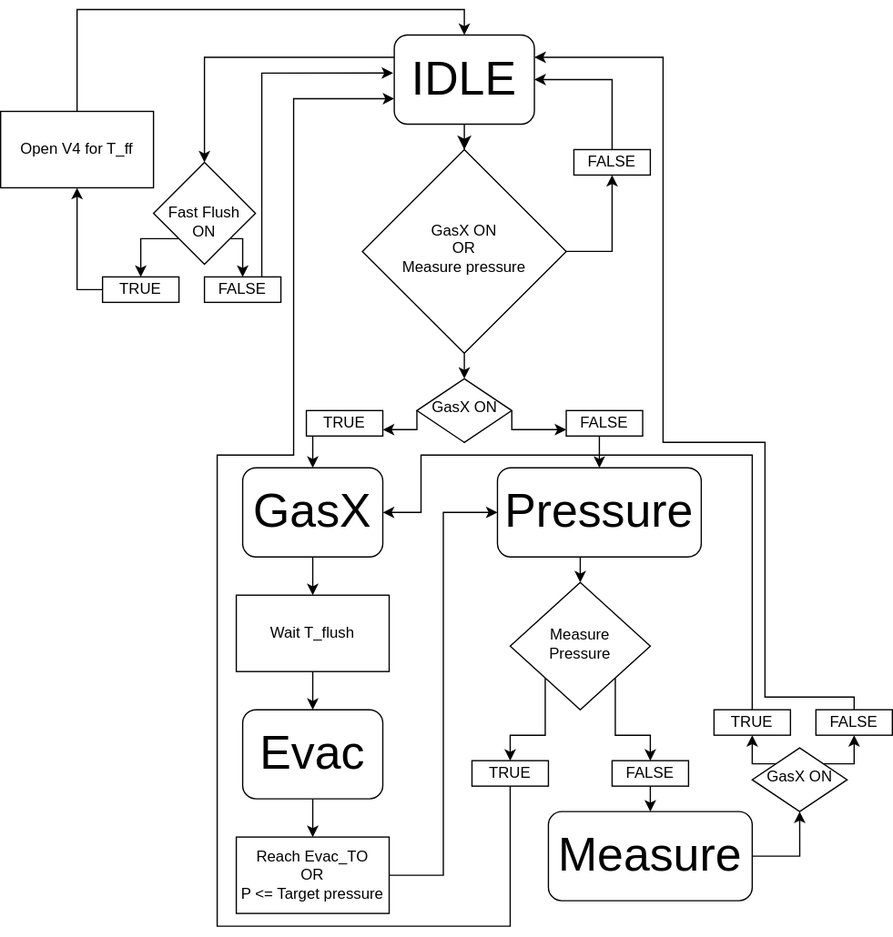
Before: flow_chart.svg, a diagram exported from draw.io (lampnis/vi-things). Source tidied: cells renumbered, new cells last; positions are measured from the earlier drawing's top-left corner, leaving out a move shared by most shapes.
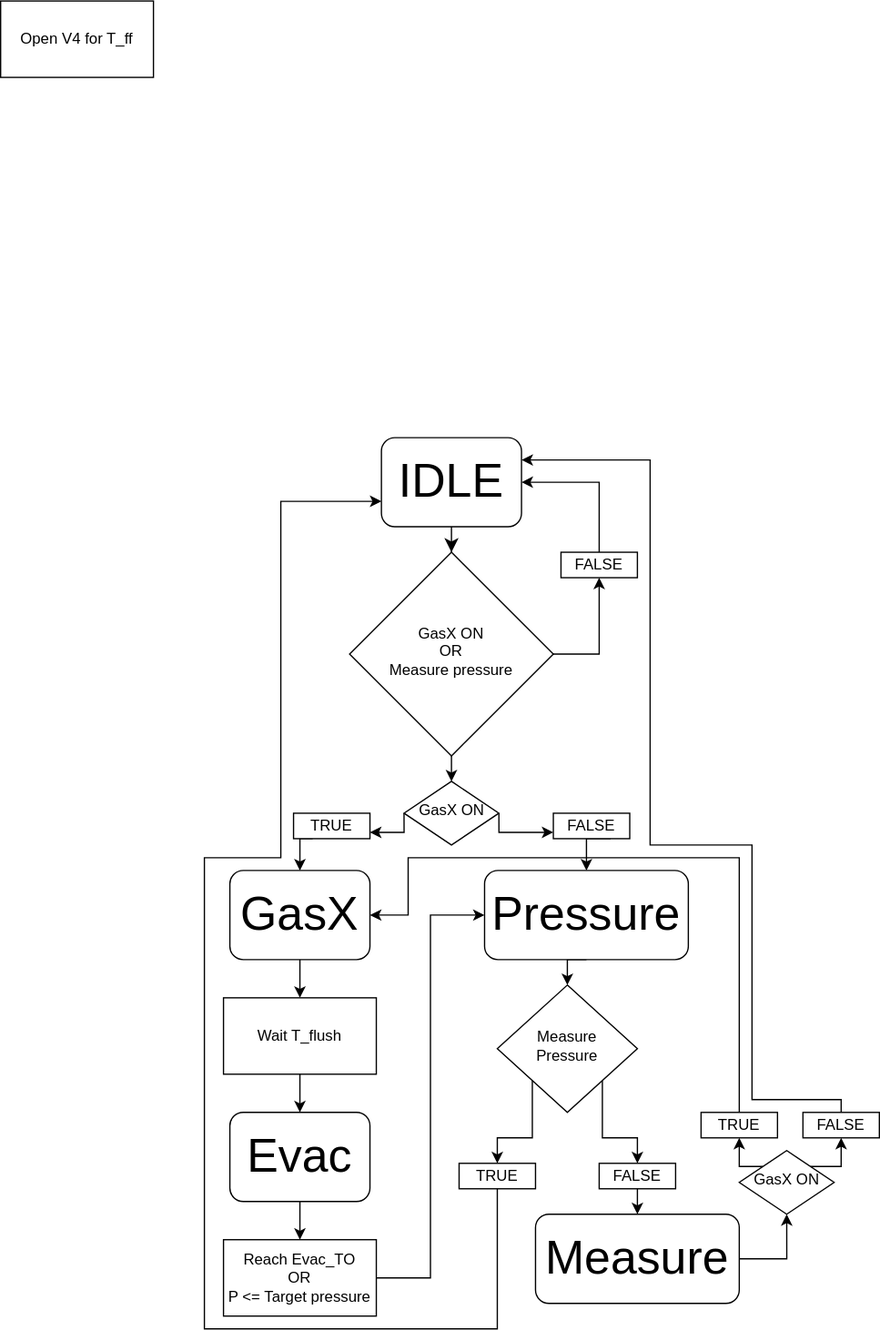
Above is the later version.

Diff of the diagram source:
```diff
@@ -5,9 +5,6 @@
     <mxCell id="2" style="rounded=0;html=1;jettySize=auto;fontSize=11;endArrow=classic;endFill=1;endSize=8;strokeWidth=1;shadow=0;labelBackgroundColor=none;edgeStyle=orthogonalEdgeStyle;" parent="1" edge="1" source="4" target="7">
       <mxGeometry relative="1" as="geometry" />
     </mxCell>
-    <mxCell id="3" style="edgeStyle=orthogonalEdgeStyle;rounded=0;jettySize=auto;html=1;exitX=0;exitY=0.25;exitDx=0;exitDy=0;" parent="1" edge="1" source="4" target="45">
-      <mxGeometry relative="1" as="geometry" />
-    </mxCell>
     <mxCell id="4" value="&lt;font style=&quot;font-size: 37px;&quot;&gt;IDLE&lt;/font&gt;" style="rounded=1;whiteSpace=wrap;html=1;fontSize=12;glass=0;strokeWidth=1;shadow=0;" parent="1" vertex="1">
       <mxGeometry x="309" width="110" height="70" as="geometry" />
     </mxCell>
@@ -162,42 +159,8 @@
         </Array>
       </mxGeometry>
     </mxCell>
-    <mxCell id="43" style="edgeStyle=orthogonalEdgeStyle;rounded=0;jettySize=auto;html=1;exitX=1;exitY=1;exitDx=0;exitDy=0;entryX=0.5;entryY=0;entryDx=0;entryDy=0;" parent="1" edge="1" source="45" target="49">
-      <mxGeometry relative="1" as="geometry" />
-    </mxCell>
-    <mxCell id="44" style="edgeStyle=orthogonalEdgeStyle;rounded=0;jettySize=auto;html=1;exitX=0;exitY=1;exitDx=0;exitDy=0;entryX=0.5;entryY=0;entryDx=0;entryDy=0;" parent="1" edge="1" source="45" target="47">
-      <mxGeometry relative="1" as="geometry">
-        <Array as="points">
-          <mxPoint x="110" y="160" />
-        </Array>
-      </mxGeometry>
-    </mxCell>
-    <mxCell id="45" value="&lt;div&gt;&lt;br&gt;&lt;/div&gt;Fast Flush&lt;div&gt;ON&lt;/div&gt;" style="rhombus;whiteSpace=wrap;html=1;" parent="1" vertex="1">
-      <mxGeometry x="120" y="100" width="80" height="80" as="geometry" />
-    </mxCell>
-    <mxCell id="46" style="edgeStyle=orthogonalEdgeStyle;rounded=0;jettySize=auto;html=1;exitX=0;exitY=0.5;exitDx=0;exitDy=0;" parent="1" edge="1" source="47">
-      <mxGeometry relative="1" as="geometry">
-        <mxPoint x="60" y="120" as="targetPoint" />
-      </mxGeometry>
-    </mxCell>
-    <mxCell id="47" value="TRUE" style="rounded=0;whiteSpace=wrap;html=1;" parent="1" vertex="1">
-      <mxGeometry x="80" y="190" width="60" height="20" as="geometry" />
-    </mxCell>
-    <mxCell id="48" style="edgeStyle=orthogonalEdgeStyle;rounded=0;jettySize=auto;html=1;exitX=0.75;exitY=0;exitDx=0;exitDy=0;entryX=-0.008;entryY=0.427;entryDx=0;entryDy=0;entryPerimeter=0;" parent="1" edge="1" source="49" target="4">
-      <mxGeometry relative="1" as="geometry">
-        <Array as="points">
-          <mxPoint x="205" y="30" />
-        </Array>
-      </mxGeometry>
-    </mxCell>
-    <mxCell id="49" value="FALSE" style="rounded=0;whiteSpace=wrap;html=1;" parent="1" vertex="1">
-      <mxGeometry x="160" y="190" width="60" height="20" as="geometry" />
-    </mxCell>
-    <mxCell id="50" style="edgeStyle=orthogonalEdgeStyle;rounded=0;jettySize=auto;html=1;exitX=0.5;exitY=0;exitDx=0;exitDy=0;entryX=0.5;entryY=0;entryDx=0;entryDy=0;" parent="1" edge="1" source="51" target="4">
-      <mxGeometry relative="1" as="geometry" />
-    </mxCell>
     <mxCell id="51" value="Open V4 for T_ff" style="rounded=0;whiteSpace=wrap;html=1;" parent="1" vertex="1">
-      <mxGeometry y="60" width="120" height="60" as="geometry" />
+      <mxGeometry x="10" y="-343" width="120" height="60" as="geometry" />
     </mxCell>
   </root>
 </mxGraphModel>
```
